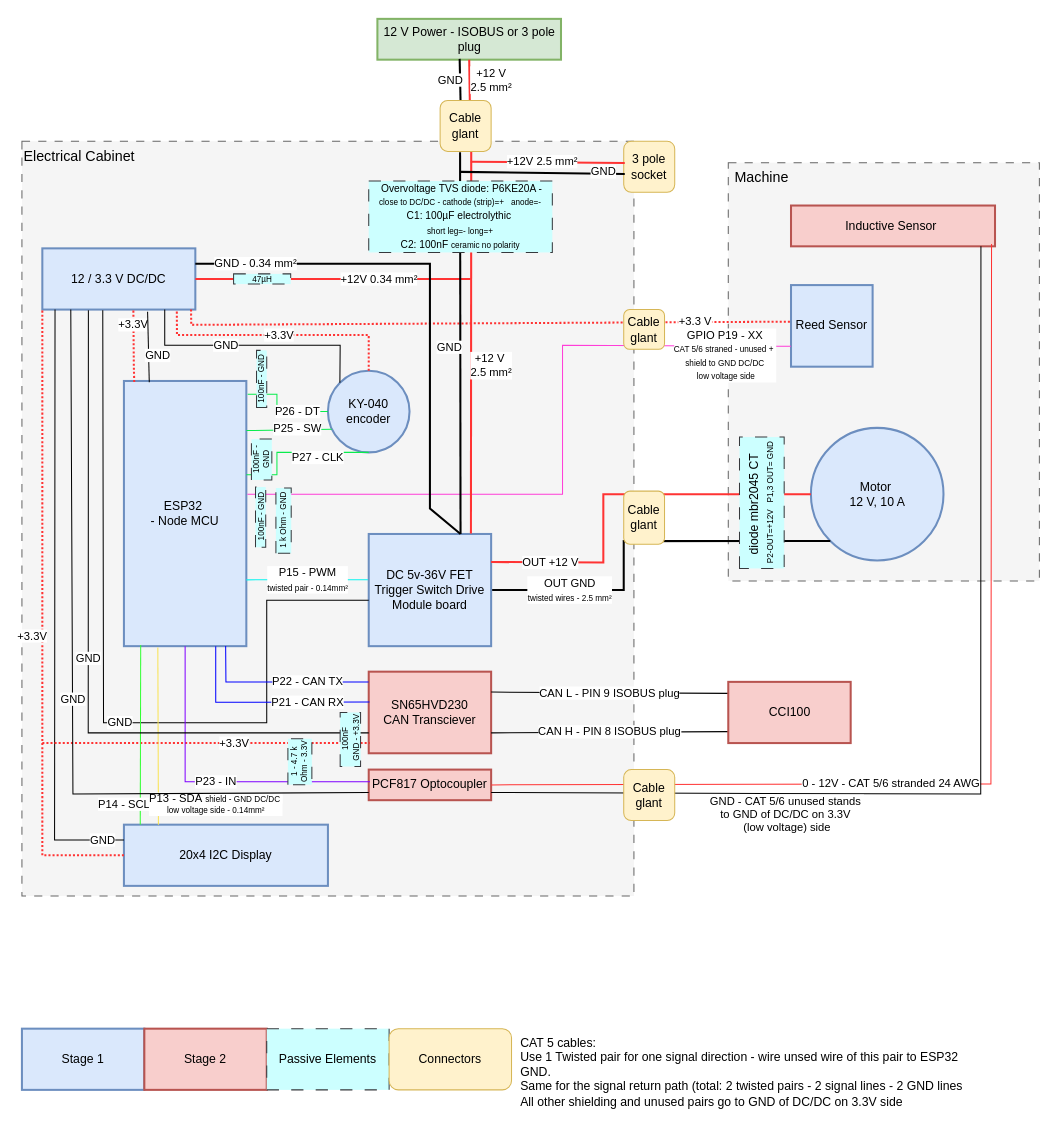
janpfrang/Ali-s-ISOBUS-motorcontrol keeps this draw.io diagram as docs_requirements/circuit_20260225.drawio. Above is the earlier version. Source tidied: cells renumbered, new cells numbered last; positions are measured from the earlier drawing's top-left corner, leaving out a move shared by most shapes. Both pictures are drawn from the tidied source at 102%, with x=0, y=0 at pixel (21, 18).
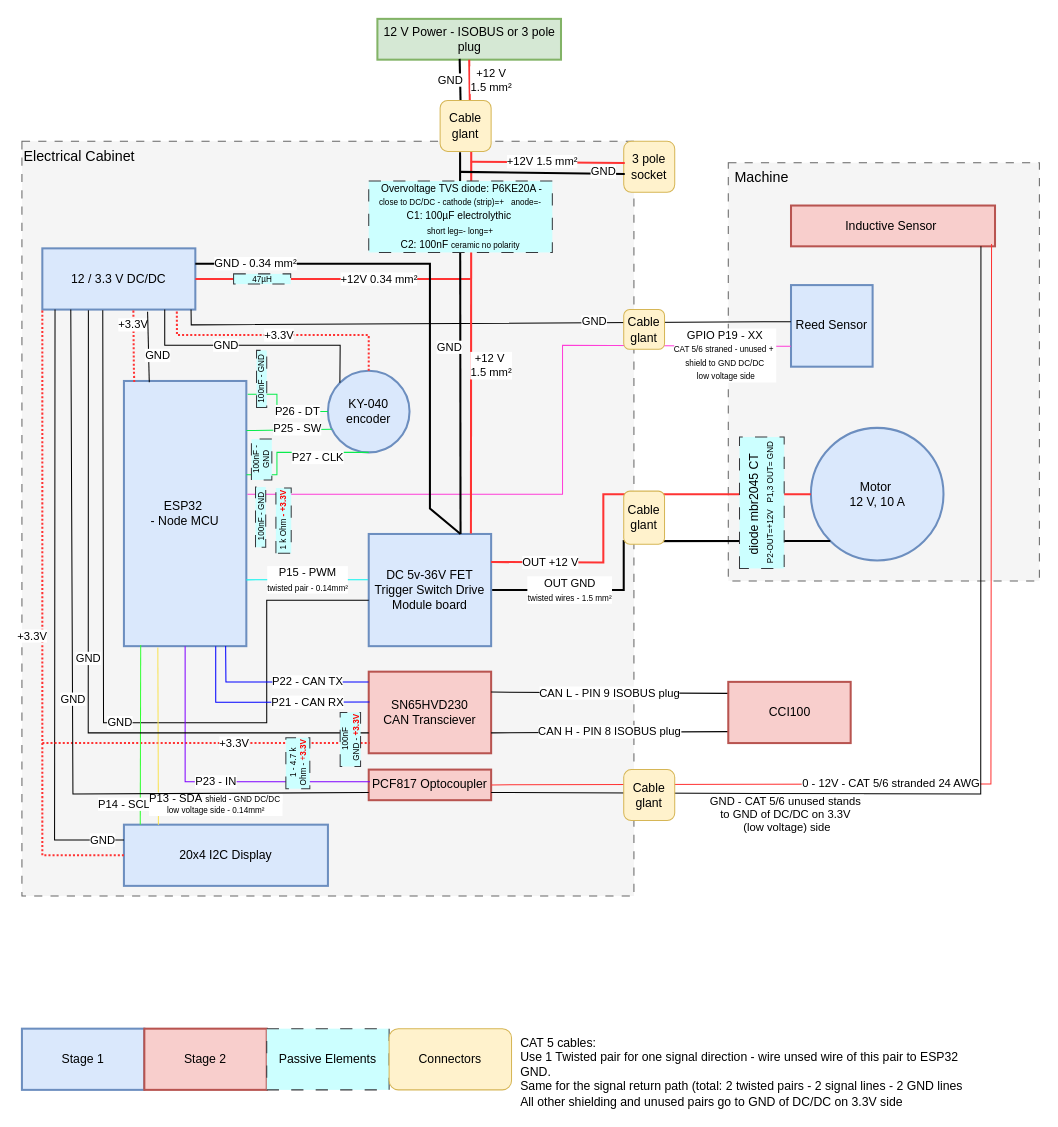
Above is the later version.

The change refers to these unchanged cells:
```xml
<mxCell id="4" value="12 V Power - ISOBUS or 3 pole plug" style="rounded=0;whiteSpace=wrap;html=1;strokeWidth=2;fillColor=#d5e8d4;strokeColor=#82b366;" parent="1" vertex="1">
  <mxGeometry x="348.5" width="180" height="40" as="geometry" />
</mxCell>
<mxCell id="5" value="12 / 3.3 V DC/DC" style="rounded=0;whiteSpace=wrap;html=1;strokeWidth=2;fillColor=#dae8fc;strokeColor=#6c8ebf;" parent="1" vertex="1">
  <mxGeometry x="20" y="225" width="150" height="60" as="geometry" />
</mxCell>
<mxCell id="9" value="Motor&amp;nbsp;&lt;div&gt;12 V, 10 A&lt;/div&gt;" style="ellipse;whiteSpace=wrap;html=1;strokeWidth=2;fillColor=#dae8fc;strokeColor=#6c8ebf;" parent="1" vertex="1">
  <mxGeometry x="773.5" y="401" width="130" height="130" as="geometry" />
</mxCell>
<mxCell id="10" value="Reed Sensor" style="whiteSpace=wrap;html=1;strokeWidth=2;fillColor=#dae8fc;strokeColor=#6c8ebf;" parent="1" vertex="1">
  <mxGeometry x="754" y="261" width="80" height="80" as="geometry" />
</mxCell>
<mxCell id="11" value="DC 5v-36V FET Trigger Switch Drive Module board" style="rounded=0;whiteSpace=wrap;html=1;strokeWidth=2;fillColor=#dae8fc;strokeColor=#6c8ebf;" parent="1" vertex="1">
  <mxGeometry x="340" y="505" width="120" height="110" as="geometry" />
</mxCell>
<mxCell id="57" value="Cable glant" style="rounded=1;whiteSpace=wrap;html=1;fillColor=#fff2cc;strokeColor=#d6b656;" parent="1" vertex="1">
  <mxGeometry x="410" y="80" width="50" height="50" as="geometry" />
</mxCell>
<mxCell id="60" value="3 pole socket" style="rounded=1;whiteSpace=wrap;html=1;fillColor=#fff2cc;strokeColor=#d6b656;" parent="1" vertex="1">
  <mxGeometry x="590" y="120" width="50" height="50" as="geometry" />
</mxCell>
```

Diff of the diagram source:
```diff
@@
-    <mxCell id="23" value="+3.3 V" style="endArrow=none;html=1;rounded=0;exitX=0.972;exitY=0.999;exitDx=0;exitDy=0;strokeColor=#FF3333;dashed=1;strokeWidth=2;dashPattern=1 1;exitPerimeter=0;entryX=-0.002;entryY=0.448;entryDx=0;entryDy=0;entryPerimeter=0;" parent="1" edge="1" source="5" target="10">
-      <mxGeometry x="0.69" relative="1" as="geometry">
+    <mxCell id="23" value="GND" style="endArrow=none;html=1;rounded=0;exitX=0.972;exitY=0.999;exitDx=0;exitDy=0;strokeColor=#000000;strokeWidth=1;exitPerimeter=0;entryX=-0.002;entryY=0.448;entryDx=0;entryDy=0;entryPerimeter=0;" parent="1" edge="1" source="5" target="10">
+      <mxGeometry x="0.36" y="1" relative="1" as="geometry">
         <Array as="points">
           <mxPoint x="166" y="300" />
         </Array>
       </mxGeometry>
     </mxCell>
-    <mxCell id="24" value="+12 V&lt;div&gt;2.5 mm²&lt;/div&gt;" style="endArrow=none;html=1;rounded=0;entryX=0.5;entryY=1;entryDx=0;entryDy=0;strokeColor=#FF3333;exitX=0.582;exitY=0.023;exitDx=0;exitDy=0;exitPerimeter=0;strokeWidth=2;" parent="1" edge="1" source="57" target="4">
+    <mxCell id="24" value="+12 V&lt;div&gt;1.5 mm²&lt;/div&gt;" style="endArrow=none;html=1;rounded=0;entryX=0.5;entryY=1;entryDx=0;entryDy=0;strokeColor=#FF3333;exitX=0.582;exitY=0.023;exitDx=0;exitDy=0;exitPerimeter=0;strokeWidth=2;" parent="1" edge="1" source="57" target="4">
       <mxGeometry x="0.01" y="-21" relative="1" as="geometry" />
     </mxCell>
@@
-    <mxCell id="27" value="OUT GND&lt;div&gt;&lt;font style=&quot;font-size: 8px;&quot;&gt;twisted wires - 2.5 mm²&lt;/font&gt;&lt;/div&gt;" style="endArrow=none;html=1;rounded=0;exitX=0;exitY=1;exitDx=0;exitDy=0;entryX=1;entryY=0.5;entryDx=0;entryDy=0;strokeWidth=2;" parent="1" edge="1" source="9">
+    <mxCell id="27" value="OUT GND&lt;div&gt;&lt;font style=&quot;font-size: 8px;&quot;&gt;twisted wires - 1.5 mm²&lt;/font&gt;&lt;/div&gt;" style="endArrow=none;html=1;rounded=0;exitX=0;exitY=1;exitDx=0;exitDy=0;entryX=1;entryY=0.5;entryDx=0;entryDy=0;strokeWidth=2;" parent="1" edge="1" source="9">
       <mxGeometry x="0.6" relative="1" as="geometry">
         <mxPoint x="461" y="560" as="targetPoint" />
         <Array as="points">
           <mxPoint x="590" y="512" />
           <mxPoint x="590" y="560" />
         </Array>
       </mxGeometry>
     </mxCell>
@@
-    <mxCell id="42" value="1 k Ohm - GND" style="rounded=0;whiteSpace=wrap;html=1;fillColor=light-dark(#ccffff, #006f6f);strokeColor=#36393d;dashed=1;dashPattern=12 12;fontSize=8;rotation=-90;" parent="1" vertex="1">
+    <mxCell id="42" value="1 k Ohm &lt;span style=&quot;color: rgb(255, 0, 0);&quot;&gt;&lt;b&gt;- +3.3V&lt;/b&gt;&lt;/span&gt;" style="rounded=0;whiteSpace=wrap;html=1;fillColor=light-dark(#ccffff, #006f6f);strokeColor=#36393d;dashed=1;dashPattern=12 12;fontSize=8;rotation=-90;" parent="1" vertex="1">
       <mxGeometry x="224.5" y="484.5" width="64" height="15" as="geometry" />
     </mxCell>
@@
-    <mxCell id="56" value="+12 V&amp;nbsp;&lt;div&gt;2.5 mm²&lt;/div&gt;" style="endArrow=none;html=1;rounded=0;entryX=0.61;entryY=0.985;entryDx=0;entryDy=0;strokeColor=#FF3333;entryPerimeter=0;exitX=0.835;exitY=-0.004;exitDx=0;exitDy=0;exitPerimeter=0;strokeWidth=2;" parent="1" edge="1" source="11" target="57">
+    <mxCell id="56" value="+12 V&amp;nbsp;&lt;div&gt;1.5 mm²&lt;/div&gt;" style="endArrow=none;html=1;rounded=0;entryX=0.61;entryY=0.985;entryDx=0;entryDy=0;strokeColor=#FF3333;entryPerimeter=0;exitX=0.835;exitY=-0.004;exitDx=0;exitDy=0;exitPerimeter=0;strokeWidth=2;" parent="1" edge="1" source="11" target="57">
       <mxGeometry x="-0.12" y="-20" relative="1" as="geometry" />
     </mxCell>
@@
-    <mxCell id="62" value="+12V 2.5 mm²" style="endArrow=none;html=1;rounded=0;strokeColor=#FF3333;entryX=0.02;entryY=0.427;entryDx=0;entryDy=0;strokeWidth=2;entryPerimeter=0;" parent="1" edge="1" target="60">
+    <mxCell id="62" value="+12V 1.5 mm²" style="endArrow=none;html=1;rounded=0;strokeColor=#FF3333;entryX=0.02;entryY=0.427;entryDx=0;entryDy=0;strokeWidth=2;entryPerimeter=0;" parent="1" edge="1" target="60">
       <mxGeometry x="-0.07" y="1" relative="1" as="geometry">
         <mxPoint x="440" y="140" as="sourcePoint" />
       </mxGeometry>
     </mxCell>
@@
-    <mxCell id="66" value="1 - 4.7 k Ohm - 3.3V" style="rounded=0;whiteSpace=wrap;html=1;fillColor=light-dark(#ccffff, #006f6f);strokeColor=#36393d;dashed=1;dashPattern=12 12;fontSize=8;rotation=-90;" parent="1" vertex="1">
-      <mxGeometry x="250" y="716.5" width="45" height="23.5" as="geometry" />
+    <mxCell id="66" value="1 - 4.7 k Ohm - &lt;span style=&quot;color: rgb(255, 0, 0);&quot;&gt;+&lt;span style=&quot;color: rgb(255, 0, 0);&quot;&gt;&lt;b&gt;3.3V&lt;/b&gt;&lt;/span&gt;&lt;/span&gt;" style="rounded=0;whiteSpace=wrap;html=1;fillColor=light-dark(#ccffff, #006f6f);strokeColor=#36393d;dashed=1;dashPattern=12 12;fontSize=8;rotation=-90;" parent="1" vertex="1">
+      <mxGeometry x="245.5" y="718" width="50" height="23.5" as="geometry" />
     </mxCell>
@@
-    <mxCell id="70" value="&lt;div&gt;100nF&lt;/div&gt;&lt;div&gt;&amp;nbsp;GND - +3.3V&lt;/div&gt;" style="rounded=0;whiteSpace=wrap;html=1;fillColor=light-dark(#ccffff, #006f6f);strokeColor=#36393d;dashed=1;dashPattern=12 12;fontSize=8;rotation=-90;" parent="1" vertex="1">
+    <mxCell id="70" value="&lt;div&gt;100nF&lt;/div&gt;&lt;div&gt;&amp;nbsp;GND - &lt;b&gt;&lt;span style=&quot;color: rgb(255, 0, 0);&quot;&gt;+3.3V&lt;/span&gt;&lt;/b&gt;&lt;/div&gt;" style="rounded=0;whiteSpace=wrap;html=1;fillColor=light-dark(#ccffff, #006f6f);strokeColor=#36393d;dashed=1;dashPattern=12 12;fontSize=8;rotation=-90;" parent="1" vertex="1">
       <mxGeometry x="295.5" y="696.5" width="53" height="20" as="geometry" />
     </mxCell>
```
